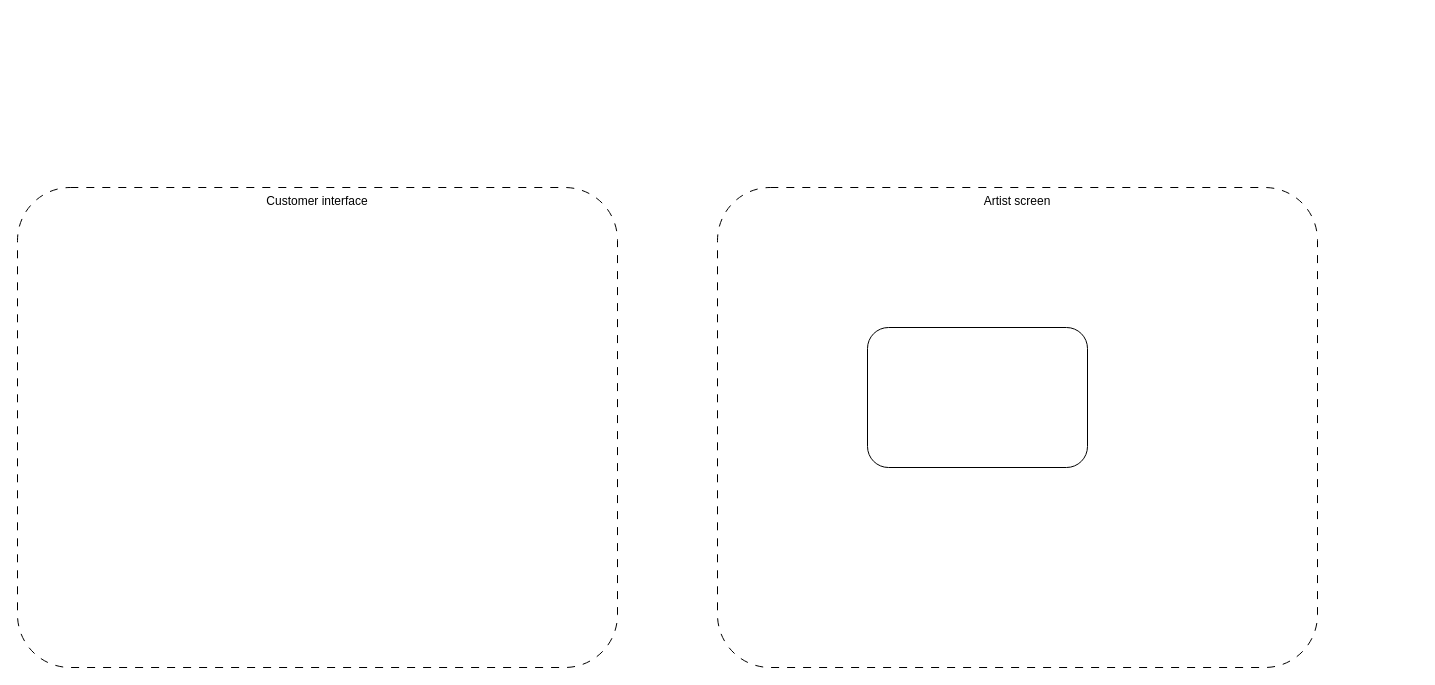
Before: architecture.drawio in sebastiankdittmann/punky-sky, a draw.io diagram. Source tidied: cells renumbered, new cells numbered last; positions are measured from the earlier drawing's top-left corner, leaving out a move shared by most shapes. Both pictures are drawn from the tidied source at 100%, with x=0, y=0 at pixel (17, 187).
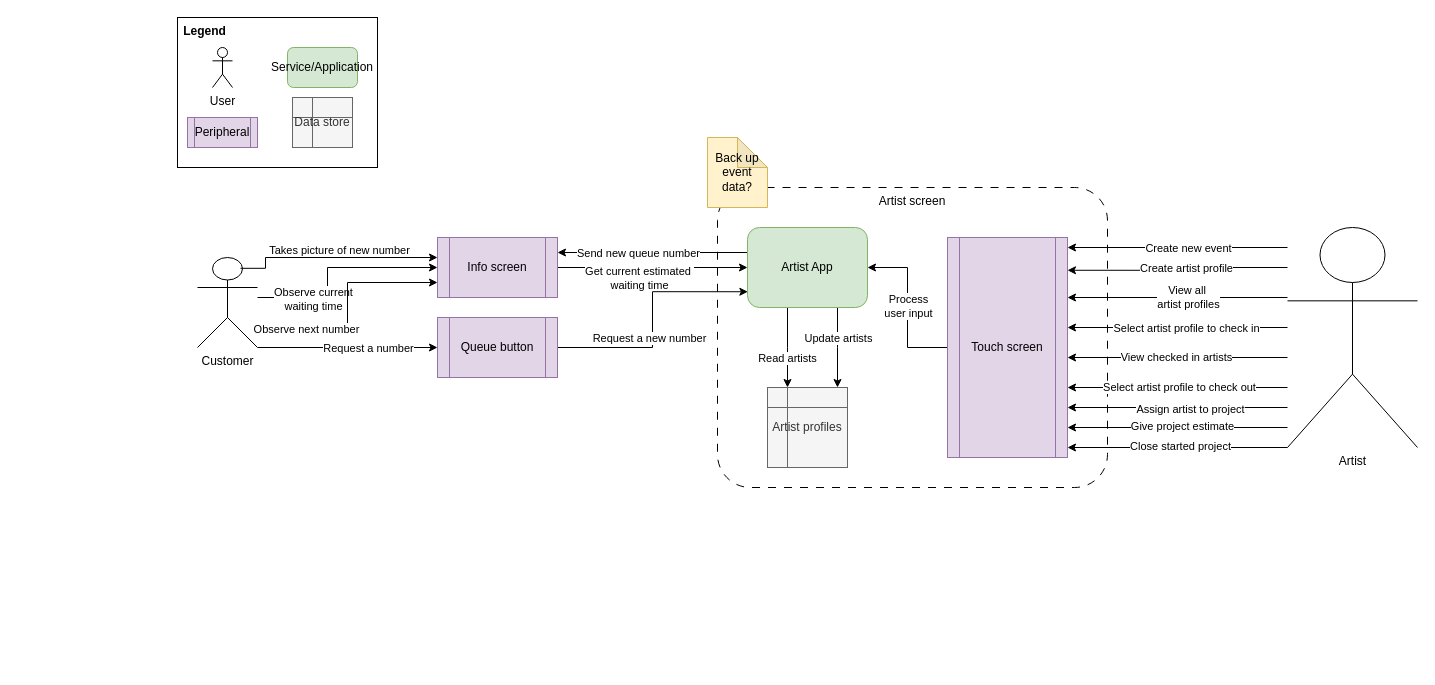
The same page after the edit.

Commit message:
architecture diagram v1

What changed in the source:
```diff
@@
     <mxCell id="2" value="Artist screen" style="rounded=1;whiteSpace=wrap;html=1;dashed=1;dashPattern=8 8;verticalAlign=top;arcSize=11;" parent="1" vertex="1">
-      <mxGeometry x="700" width="600" height="480" as="geometry" />
+      <mxGeometry x="700" width="390" height="300" as="geometry" />
     </mxCell>
-    <mxCell id="3" value="Customer interface" style="rounded=1;whiteSpace=wrap;html=1;dashed=1;dashPattern=8 8;verticalAlign=top;arcSize=11;" parent="1" vertex="1">
-      <mxGeometry width="600" height="480" as="geometry" />
-    </mxCell>
-    <mxCell id="4" style="rounded=1;whiteSpace=wrap;html=1;" parent="1" vertex="1">
-      <mxGeometry x="850" y="140" width="220" height="140" as="geometry" />
-    </mxCell>
+    <mxCell id="5" style="edgeStyle=orthogonalEdgeStyle;rounded=0;jettySize=auto;html=1;" parent="1" edge="1" source="11" target="12">
+      <mxGeometry relative="1" as="geometry">
+        <Array as="points">
+          <mxPoint x="770" y="160" />
+          <mxPoint x="770" y="160" />
+        </Array>
+      </mxGeometry>
+    </mxCell>
+    <mxCell id="6" value="Read artists" style="edgeLabel;html=1;align=center;verticalAlign=middle;" parent="5" vertex="1">
+      <mxGeometry x="-0.07" y="-1" relative="1" as="geometry">
+        <mxPoint y="13" as="offset" />
+      </mxGeometry>
+    </mxCell>
+    <mxCell id="7" style="edgeStyle=orthogonalEdgeStyle;rounded=0;jettySize=auto;html=1;" parent="1" edge="1" source="11" target="12">
+      <mxGeometry relative="1" as="geometry">
+        <Array as="points">
+          <mxPoint x="820" y="160" />
+          <mxPoint x="820" y="160" />
+        </Array>
+      </mxGeometry>
+    </mxCell>
+    <mxCell id="8" value="&lt;div&gt;Update artists&lt;/div&gt;" style="edgeLabel;html=1;align=center;verticalAlign=middle;" parent="7" vertex="1">
+      <mxGeometry x="-0.03" y="4" relative="1" as="geometry">
+        <mxPoint x="-4" y="-9" as="offset" />
+      </mxGeometry>
+    </mxCell>
+    <mxCell id="9" style="edgeStyle=orthogonalEdgeStyle;rounded=0;jettySize=auto;html=1;entryX=1;entryY=0.25;entryDx=0;entryDy=0;" parent="1" edge="1" source="11" target="37">
+      <mxGeometry relative="1" as="geometry">
+        <Array as="points">
+          <mxPoint x="760" y="65" />
+          <mxPoint x="760" y="65" />
+        </Array>
+      </mxGeometry>
+    </mxCell>
+    <mxCell id="10" value="Send new queue number" style="edgeLabel;html=1;align=center;verticalAlign=middle;" parent="9" vertex="1">
+      <mxGeometry relative="1" as="geometry">
+        <mxPoint x="-15" as="offset" />
+      </mxGeometry>
+    </mxCell>
+    <mxCell id="11" value="Artist App" style="rounded=1;whiteSpace=wrap;html=1;fillColor=#d5e8d4;strokeColor=#82b366;" parent="1" vertex="1">
+      <mxGeometry x="730" y="40" width="120" height="80" as="geometry" />
+    </mxCell>
+    <mxCell id="12" value="Artist profiles" style="shape=internalStorage;whiteSpace=wrap;html=1;backgroundOutline=1;fillColor=#f5f5f5;fontColor=#333333;strokeColor=#666666;" parent="1" vertex="1">
+      <mxGeometry x="750" y="200" width="80" height="80" as="geometry" />
+    </mxCell>
+    <mxCell id="13" style="edgeStyle=orthogonalEdgeStyle;rounded=0;jettySize=auto;html=1;" parent="1" edge="1" source="19" target="40">
+      <mxGeometry relative="1" as="geometry">
+        <Array as="points">
+          <mxPoint x="360" y="160" />
+          <mxPoint x="360" y="160" />
+        </Array>
+      </mxGeometry>
+    </mxCell>
+    <mxCell id="14" value="Request a number" style="edgeLabel;html=1;align=center;verticalAlign=middle;" parent="13" vertex="1">
+      <mxGeometry x="-0.5" y="-2" relative="1" as="geometry">
+        <mxPoint x="65" y="-2" as="offset" />
+      </mxGeometry>
+    </mxCell>
+    <mxCell id="15" style="edgeStyle=orthogonalEdgeStyle;rounded=0;jettySize=auto;html=1;entryX=0;entryY=0.5;entryDx=0;entryDy=0;" parent="1" edge="1" source="19" target="37">
+      <mxGeometry relative="1" as="geometry">
+        <Array as="points">
+          <mxPoint x="310" y="110" />
+          <mxPoint x="310" y="80" />
+        </Array>
+      </mxGeometry>
+    </mxCell>
+    <mxCell id="16" value="&lt;div&gt;Observe current&lt;/div&gt;&lt;div&gt;waiting time&lt;/div&gt;" style="edgeLabel;html=1;align=center;verticalAlign=middle;" parent="15" vertex="1">
+      <mxGeometry x="-0.48" y="-1" relative="1" as="geometry" />
+    </mxCell>
+    <mxCell id="17" style="edgeStyle=orthogonalEdgeStyle;rounded=0;jettySize=auto;html=1;entryX=0;entryY=0.75;entryDx=0;entryDy=0;" parent="1" edge="1" source="19" target="37">
+      <mxGeometry relative="1" as="geometry">
+        <Array as="points">
+          <mxPoint x="330" y="140" />
+          <mxPoint x="330" y="95" />
+        </Array>
+      </mxGeometry>
+    </mxCell>
+    <mxCell id="18" value="Observe next number" style="edgeLabel;html=1;align=center;verticalAlign=middle;" parent="17" vertex="1">
+      <mxGeometry x="-0.43" y="-1" relative="1" as="geometry">
+        <mxPoint x="-16" as="offset" />
+      </mxGeometry>
+    </mxCell>
+    <mxCell id="19" value="Customer" style="shape=umlActor;verticalLabelPosition=bottom;verticalAlign=top;html=1;outlineConnect=0;" parent="1" vertex="1">
+      <mxGeometry x="180" y="70" width="60" height="90" as="geometry" />
+    </mxCell>
+    <mxCell id="20" style="edgeStyle=orthogonalEdgeStyle;rounded=0;jettySize=auto;html=1;entryX=1;entryY=0.149;entryDx=0;entryDy=0;entryPerimeter=0;" parent="1" edge="1" source="34" target="43">
+      <mxGeometry relative="1" as="geometry">
+        <Array as="points">
+          <mxPoint x="1160" y="80" />
+        </Array>
+      </mxGeometry>
+    </mxCell>
+    <mxCell id="21" value="&lt;div&gt;Create artist profile&lt;/div&gt;" style="edgeLabel;html=1;align=center;verticalAlign=middle;" parent="20" vertex="1">
+      <mxGeometry x="-0.08" y="1" relative="1" as="geometry">
+        <mxPoint y="-1" as="offset" />
+      </mxGeometry>
+    </mxCell>
+    <mxCell id="22" style="edgeStyle=orthogonalEdgeStyle;rounded=0;orthogonalLoop=1;jettySize=auto;html=1;" parent="1" edge="1">
+      <mxGeometry relative="1" as="geometry">
+        <mxPoint x="1270" y="140" as="sourcePoint" />
+        <mxPoint x="1050" y="140" as="targetPoint" />
+      </mxGeometry>
+    </mxCell>
+    <mxCell id="23" value="Select artist profile to check in" style="edgeLabel;html=1;align=center;verticalAlign=middle;" parent="22" vertex="1">
+      <mxGeometry x="-0.07" relative="1" as="geometry" />
+    </mxCell>
+    <mxCell id="24" style="edgeStyle=orthogonalEdgeStyle;rounded=0;orthogonalLoop=1;jettySize=auto;html=1;" parent="1" edge="1">
+      <mxGeometry relative="1" as="geometry">
+        <mxPoint x="1270" y="170" as="sourcePoint" />
+        <mxPoint x="1050" y="170" as="targetPoint" />
+      </mxGeometry>
+    </mxCell>
+    <mxCell id="25" value="View checked in artists" style="edgeLabel;html=1;align=center;verticalAlign=middle;" parent="24" vertex="1">
+      <mxGeometry x="0.02" y="-1" relative="1" as="geometry" />
+    </mxCell>
+    <mxCell id="26" style="edgeStyle=orthogonalEdgeStyle;rounded=0;orthogonalLoop=1;jettySize=auto;html=1;" parent="1" edge="1">
+      <mxGeometry relative="1" as="geometry">
+        <mxPoint x="1270" y="200" as="sourcePoint" />
+        <mxPoint x="1050" y="200" as="targetPoint" />
+      </mxGeometry>
+    </mxCell>
+    <mxCell id="27" value="Select artist profile to check out" style="edgeLabel;html=1;align=center;verticalAlign=middle;" parent="26" vertex="1">
+      <mxGeometry x="-0.01" y="-1" relative="1" as="geometry" />
+    </mxCell>
+    <mxCell id="28" style="edgeStyle=orthogonalEdgeStyle;rounded=0;orthogonalLoop=1;jettySize=auto;html=1;" parent="1" edge="1">
+      <mxGeometry relative="1" as="geometry">
+        <mxPoint x="1270" y="220" as="sourcePoint" />
+        <mxPoint x="1050" y="220" as="targetPoint" />
+      </mxGeometry>
+    </mxCell>
+    <mxCell id="29" value="Assign artist to project" style="edgeLabel;html=1;align=center;verticalAlign=middle;" parent="28" vertex="1">
+      <mxGeometry x="-0.11" y="1" relative="1" as="geometry" />
+    </mxCell>
+    <mxCell id="30" style="edgeStyle=orthogonalEdgeStyle;rounded=0;orthogonalLoop=1;jettySize=auto;html=1;" parent="1" edge="1">
+      <mxGeometry relative="1" as="geometry">
+        <mxPoint x="1270" y="240" as="sourcePoint" />
+        <mxPoint x="1050" y="240" as="targetPoint" />
+      </mxGeometry>
+    </mxCell>
+    <mxCell id="31" value="Give project estimate" style="edgeLabel;html=1;align=center;verticalAlign=middle;" parent="30" vertex="1">
+      <mxGeometry x="-0.04" y="-2" relative="1" as="geometry" />
+    </mxCell>
+    <mxCell id="32" style="edgeStyle=orthogonalEdgeStyle;rounded=0;orthogonalLoop=1;jettySize=auto;html=1;" parent="1" edge="1">
+      <mxGeometry relative="1" as="geometry">
+        <mxPoint x="1270" y="260" as="sourcePoint" />
+        <mxPoint x="1050" y="260" as="targetPoint" />
+      </mxGeometry>
+    </mxCell>
+    <mxCell id="33" value="Close started project" style="edgeLabel;html=1;align=center;verticalAlign=middle;" parent="32" vertex="1">
+      <mxGeometry x="-0.02" y="-2" relative="1" as="geometry" />
+    </mxCell>
+    <mxCell id="34" value="Artist" style="shape=umlActor;verticalLabelPosition=bottom;verticalAlign=top;html=1;outlineConnect=0;" parent="1" vertex="1">
+      <mxGeometry x="1270" y="40" width="130" height="220" as="geometry" />
+    </mxCell>
+    <mxCell id="35" style="edgeStyle=orthogonalEdgeStyle;rounded=0;jettySize=auto;html=1;" parent="1" edge="1" source="37" target="11">
+      <mxGeometry relative="1" as="geometry" />
+    </mxCell>
+    <mxCell id="36" value="&lt;div&gt;Get current estimated&amp;nbsp;&lt;/div&gt;&lt;div&gt;waiting time&lt;/div&gt;" style="edgeLabel;html=1;align=center;verticalAlign=middle;" parent="35" vertex="1">
+      <mxGeometry x="-0.11" relative="1" as="geometry">
+        <mxPoint x="-4" y="10" as="offset" />
+      </mxGeometry>
+    </mxCell>
+    <mxCell id="37" value="Info screen" style="shape=process;whiteSpace=wrap;html=1;backgroundOutline=1;fillColor=#e1d5e7;strokeColor=#9673a6;" parent="1" vertex="1">
+      <mxGeometry x="420" y="50" width="120" height="60" as="geometry" />
+    </mxCell>
+    <mxCell id="38" style="edgeStyle=orthogonalEdgeStyle;rounded=0;jettySize=auto;html=1;entryX=0.003;entryY=0.803;entryDx=0;entryDy=0;entryPerimeter=0;" parent="1" edge="1" source="40" target="11">
+      <mxGeometry relative="1" as="geometry" />
+    </mxCell>
+    <mxCell id="39" value="Request a new number" style="edgeLabel;html=1;align=center;verticalAlign=middle;" parent="38" vertex="1">
+      <mxGeometry x="-0.54" y="1" relative="1" as="geometry">
+        <mxPoint x="34" y="-9" as="offset" />
+      </mxGeometry>
+    </mxCell>
+    <mxCell id="40" value="Queue button" style="shape=process;whiteSpace=wrap;html=1;backgroundOutline=1;fillColor=#e1d5e7;strokeColor=#9673a6;" parent="1" vertex="1">
+      <mxGeometry x="420" y="130" width="120" height="60" as="geometry" />
+    </mxCell>
+    <mxCell id="41" style="edgeStyle=orthogonalEdgeStyle;rounded=0;jettySize=auto;html=1;entryX=1;entryY=0.5;entryDx=0;entryDy=0;" parent="1" edge="1" source="43" target="11">
+      <mxGeometry relative="1" as="geometry" />
+    </mxCell>
+    <mxCell id="42" value="&lt;div&gt;Process&lt;/div&gt;&lt;div&gt;user input&lt;/div&gt;" style="edgeLabel;html=1;align=center;verticalAlign=middle;" parent="41" vertex="1">
+      <mxGeometry x="0.02" relative="1" as="geometry" />
+    </mxCell>
+    <mxCell id="43" value="Touch screen" style="shape=process;whiteSpace=wrap;html=1;backgroundOutline=1;fillColor=#e1d5e7;strokeColor=#9673a6;" parent="1" vertex="1">
+      <mxGeometry x="930" y="50" width="120" height="220" as="geometry" />
+    </mxCell>
+    <mxCell id="44" style="edgeStyle=orthogonalEdgeStyle;rounded=0;orthogonalLoop=1;jettySize=auto;html=1;entryX=0.017;entryY=0.303;entryDx=0;entryDy=0;entryPerimeter=0;exitX=0.75;exitY=0.1;exitDx=0;exitDy=0;exitPerimeter=0;" parent="1" edge="1">
+      <mxGeometry relative="1" as="geometry">
+        <mxPoint x="223" y="80.8" as="sourcePoint" />
+        <mxPoint x="420" y="70" as="targetPoint" />
+        <Array as="points">
+          <mxPoint x="248" y="80.8" />
+          <mxPoint x="248" y="69.8" />
+        </Array>
+      </mxGeometry>
+    </mxCell>
+    <mxCell id="45" value="Takes picture of new number" style="edgeLabel;html=1;align=center;verticalAlign=middle;" parent="44" vertex="1">
+      <mxGeometry x="-0.34" y="-1" relative="1" as="geometry">
+        <mxPoint x="40" y="-9" as="offset" />
+      </mxGeometry>
+    </mxCell>
+    <mxCell id="46" value="Back up event data?" style="shape=note;whiteSpace=wrap;html=1;backgroundOutline=1;darkOpacity=0.05;fillColor=#fff2cc;strokeColor=#d6b656;" parent="1" vertex="1">
+      <mxGeometry x="690" y="-50" width="60" height="70" as="geometry" />
+    </mxCell>
+    <mxCell id="47" style="edgeStyle=orthogonalEdgeStyle;rounded=0;jettySize=auto;html=1;" parent="1" edge="1" source="34" target="43">
+      <mxGeometry relative="1" as="geometry">
+        <Array as="points">
+          <mxPoint x="1160" y="60" />
+          <mxPoint x="1160" y="60" />
+        </Array>
+      </mxGeometry>
+    </mxCell>
+    <mxCell id="48" value="Create new event" style="edgeLabel;html=1;align=center;verticalAlign=middle;" parent="47" vertex="1">
+      <mxGeometry x="-0.27" y="2" relative="1" as="geometry">
+        <mxPoint x="-20" y="-2" as="offset" />
+      </mxGeometry>
+    </mxCell>
+    <mxCell id="49" style="endArrow=classic;html=1;rounded=0;" parent="1" edge="1">
+      <mxGeometry relative="1" as="geometry">
+        <mxPoint x="1270" y="110" as="sourcePoint" />
+        <mxPoint x="1050" y="110" as="targetPoint" />
+      </mxGeometry>
+    </mxCell>
+    <mxCell id="50" value="&lt;div&gt;View all&amp;nbsp;&lt;/div&gt;&lt;div&gt;artist profiles&lt;/div&gt;" style="edgeLabel;html=1;align=center;verticalAlign=middle;" parent="49" vertex="1">
+      <mxGeometry x="-0.09" y="-1" relative="1" as="geometry" />
+    </mxCell>
+    <mxCell id="51" style="group;" parent="1" vertex="1">
+      <mxGeometry x="160" y="-170" width="200" height="150" as="geometry" />
+    </mxCell>
+    <mxCell id="52" style="group;" parent="51" vertex="1">
+      <mxGeometry width="200" height="150" as="geometry" />
+    </mxCell>
+    <mxCell id="53" style="rounded=0;whiteSpace=wrap;html=1;" parent="52" vertex="1">
+      <mxGeometry width="200" height="150" as="geometry" />
+    </mxCell>
+    <mxCell id="54" value="Legend" style="text;html=1;whiteSpace=wrap;strokeColor=none;fillColor=none;align=center;verticalAlign=middle;rounded=0;fontStyle=1;" parent="52" vertex="1">
+      <mxGeometry width="54.5" height="28.1" as="geometry" />
+    </mxCell>
+    <mxCell id="55" value="Peripheral" style="shape=process;whiteSpace=wrap;html=1;backgroundOutline=1;fillColor=#e1d5e7;strokeColor=#9673a6;" parent="51" vertex="1">
+      <mxGeometry x="10" y="100" width="70" height="30" as="geometry" />
+    </mxCell>
+    <mxCell id="56" value="Service/Application" style="rounded=1;whiteSpace=wrap;html=1;fillColor=#d5e8d4;strokeColor=#82b366;" parent="51" vertex="1">
+      <mxGeometry x="110" y="30" width="70" height="40" as="geometry" />
+    </mxCell>
+    <mxCell id="57" value="User" style="shape=umlActor;verticalLabelPosition=bottom;verticalAlign=top;html=1;" parent="51" vertex="1">
+      <mxGeometry x="35" y="30" width="20" height="40" as="geometry" />
+    </mxCell>
+    <mxCell id="58" value="Data store" style="shape=internalStorage;whiteSpace=wrap;html=1;backgroundOutline=1;fillColor=#f5f5f5;fontColor=#333333;strokeColor=#666666;" parent="51" vertex="1">
+      <mxGeometry x="115" y="80" width="60" height="50" as="geometry" />
+    </mxCell>
```
